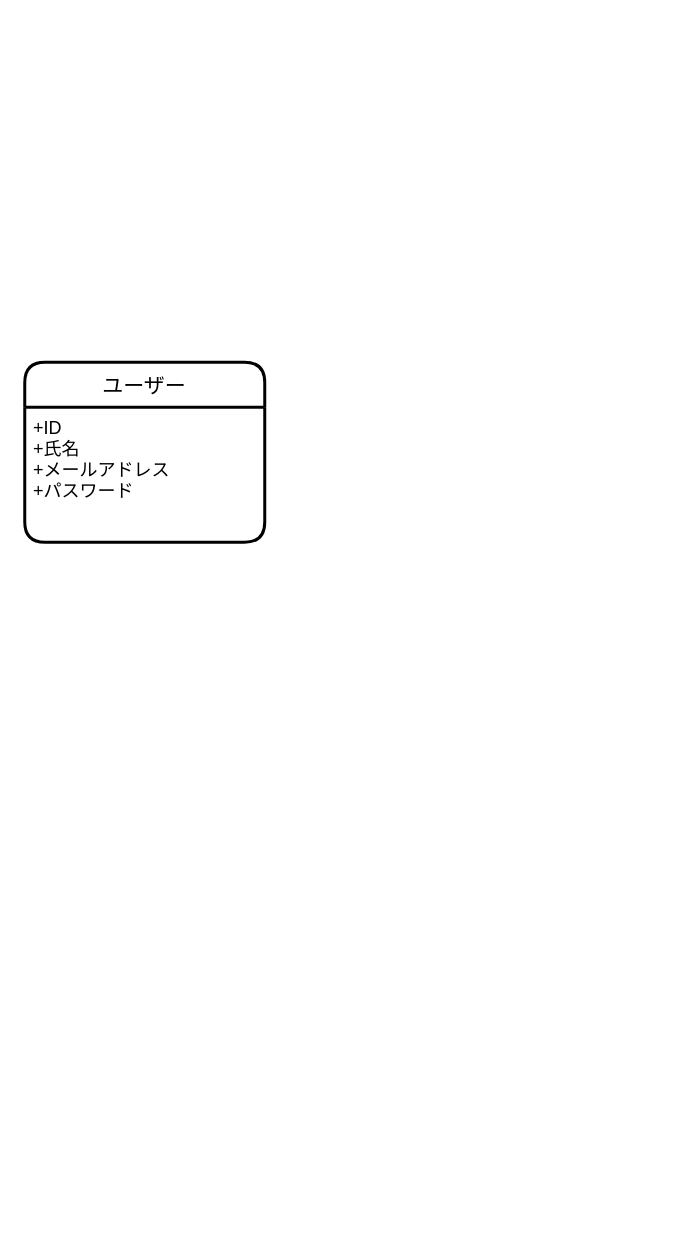
This is アプリケーション設計/Untitled Diagram.drawio from ippeiNakamura/TIL, a draw.io file, before an edit. Source tidied: cells renumbered, new cells numbered last; positions are measured from the earlier drawing's top-left corner, leaving out a move shared by most shapes. Both pictures are drawn from the tidied source at 150%, with x=0, y=0 at pixel (24, 362).
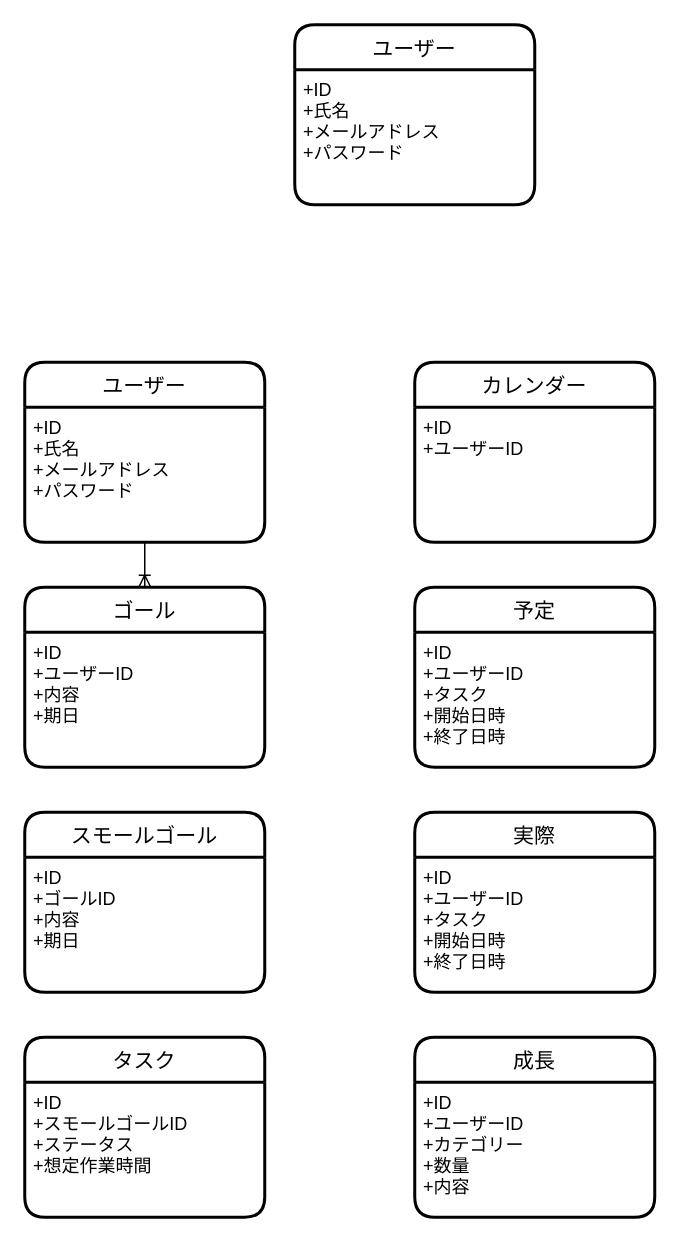
The same page after the edit.

Unchanged cells that the change refers to:
```xml
<mxCell id="3" value="+ID&#10;+氏名&#10;+メールアドレス&#10;+パスワード" style="align=left;strokeColor=none;fillColor=none;spacingLeft=4;fontSize=12;verticalAlign=top;" parent="2" vertex="1">
  <mxGeometry y="30" width="160" height="90" as="geometry" />
</mxCell>
```

What changed in the source:
```diff
@@
+    <mxCell id="4" value="ユーザー" style="swimlane;horizontal=1;startSize=30;rounded=1;fontSize=14;fontStyle=0;strokeWidth=2;shadow=0;dashed=0;align=center;" parent="1" vertex="1">
+      <mxGeometry x="180" y="-225" width="160" height="120" as="geometry" />
+    </mxCell>
+    <mxCell id="5" value="+ID&#10;+氏名&#10;+メールアドレス&#10;+パスワード" style="align=left;strokeColor=none;fillColor=none;spacingLeft=4;fontSize=12;verticalAlign=top;" parent="4" vertex="1">
+      <mxGeometry y="30" width="160" height="90" as="geometry" />
+    </mxCell>
+    <mxCell id="6" value="ゴール" style="swimlane;horizontal=1;startSize=30;rounded=1;fontSize=14;fontStyle=0;strokeWidth=2;shadow=0;dashed=0;align=center;" parent="1" vertex="1">
+      <mxGeometry y="150" width="160" height="120" as="geometry" />
+    </mxCell>
+    <mxCell id="7" value="+ID&#10;+ユーザーID&#10;+内容&#10;+期日&#10;" style="align=left;strokeColor=none;fillColor=none;spacingLeft=4;fontSize=12;verticalAlign=top;" parent="6" vertex="1">
+      <mxGeometry y="30" width="160" height="90" as="geometry" />
+    </mxCell>
+    <mxCell id="8" value="スモールゴール" style="swimlane;horizontal=1;startSize=30;rounded=1;fontSize=14;fontStyle=0;strokeWidth=2;shadow=0;dashed=0;align=center;" parent="1" vertex="1">
+      <mxGeometry y="300" width="160" height="120" as="geometry" />
+    </mxCell>
+    <mxCell id="9" value="+ID&#10;+ゴールID&#10;+内容&#10;+期日&#10;" style="align=left;strokeColor=none;fillColor=none;spacingLeft=4;fontSize=12;verticalAlign=top;" parent="8" vertex="1">
+      <mxGeometry y="30" width="160" height="90" as="geometry" />
+    </mxCell>
+    <mxCell id="10" value="タスク" style="swimlane;horizontal=1;startSize=30;rounded=1;fontSize=14;fontStyle=0;strokeWidth=2;shadow=0;dashed=0;align=center;" parent="1" vertex="1">
+      <mxGeometry y="450" width="160" height="120" as="geometry" />
+    </mxCell>
+    <mxCell id="11" value="+ID&#10;+スモールゴールID&#10;+ステータス&#10;+想定作業時間&#10;" style="align=left;strokeColor=none;fillColor=none;spacingLeft=4;fontSize=12;verticalAlign=top;" parent="10" vertex="1">
+      <mxGeometry y="30" width="160" height="90" as="geometry" />
+    </mxCell>
+    <mxCell id="12" value="カレンダー" style="swimlane;horizontal=1;startSize=30;rounded=1;fontSize=14;fontStyle=0;strokeWidth=2;shadow=0;dashed=0;align=center;" parent="1" vertex="1">
+      <mxGeometry x="260" width="160" height="120" as="geometry" />
+    </mxCell>
+    <mxCell id="13" value="+ID&#10;+ユーザーID&#10;&#10;" style="align=left;strokeColor=none;fillColor=none;spacingLeft=4;fontSize=12;verticalAlign=top;" parent="12" vertex="1">
+      <mxGeometry y="30" width="160" height="90" as="geometry" />
+    </mxCell>
+    <mxCell id="14" value="予定" style="swimlane;horizontal=1;startSize=30;rounded=1;fontSize=14;fontStyle=0;strokeWidth=2;shadow=0;dashed=0;align=center;" parent="1" vertex="1">
+      <mxGeometry x="260" y="150" width="160" height="120" as="geometry" />
+    </mxCell>
+    <mxCell id="15" value="+ID&#10;+ユーザーID&#10;+タスク&#10;+開始日時&#10;+終了日時" style="align=left;strokeColor=none;fillColor=none;spacingLeft=4;fontSize=12;verticalAlign=top;" parent="14" vertex="1">
+      <mxGeometry y="30" width="160" height="90" as="geometry" />
+    </mxCell>
+    <mxCell id="16" value="実際" style="swimlane;horizontal=1;startSize=30;rounded=1;fontSize=14;fontStyle=0;strokeWidth=2;shadow=0;dashed=0;align=center;" parent="1" vertex="1">
+      <mxGeometry x="260" y="300" width="160" height="120" as="geometry" />
+    </mxCell>
+    <mxCell id="17" value="+ID&#10;+ユーザーID&#10;+タスク&#10;+開始日時&#10;+終了日時" style="align=left;strokeColor=none;fillColor=none;spacingLeft=4;fontSize=12;verticalAlign=top;" parent="16" vertex="1">
+      <mxGeometry y="30" width="160" height="90" as="geometry" />
+    </mxCell>
+    <mxCell id="18" value="成長" style="swimlane;horizontal=1;startSize=30;rounded=1;fontSize=14;fontStyle=0;strokeWidth=2;shadow=0;dashed=0;align=center;" parent="1" vertex="1">
+      <mxGeometry x="260" y="450" width="160" height="120" as="geometry" />
+    </mxCell>
+    <mxCell id="19" value="+ID&#10;+ユーザーID&#10;+カテゴリー&#10;+数量&#10;+内容" style="align=left;strokeColor=none;fillColor=none;spacingLeft=4;fontSize=12;verticalAlign=top;" parent="18" vertex="1">
+      <mxGeometry y="30" width="160" height="90" as="geometry" />
+    </mxCell>
+    <mxCell id="20" style="edgeStyle=orthogonalEdgeStyle;rounded=0;jettySize=auto;html=1;exitX=0.5;exitY=1;exitDx=0;exitDy=0;entryX=0.5;entryY=0;entryDx=0;entryDy=0;endArrow=ERoneToMany;endFill=0;" parent="1" edge="1" source="3" target="6">
+      <mxGeometry relative="1" as="geometry" />
+    </mxCell>
```
